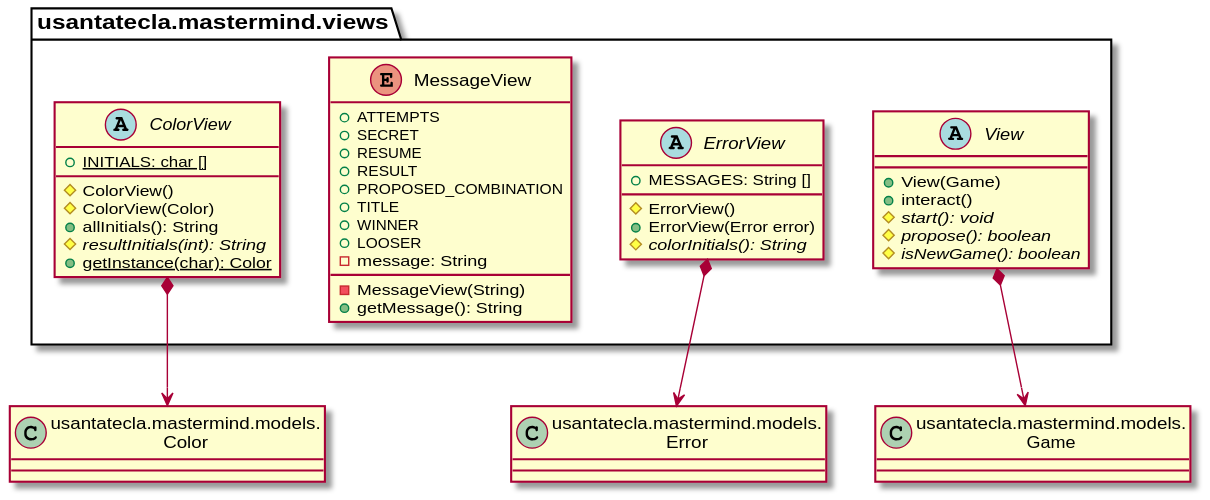
The PlantUML diagram documentView/withoutFactoryMethod/docs/diagrams/out/paquetes/usantatecla.mastermind.views.svg in SantaTecla-mastermind/solution.java.swing.socket.sql, before a commit.
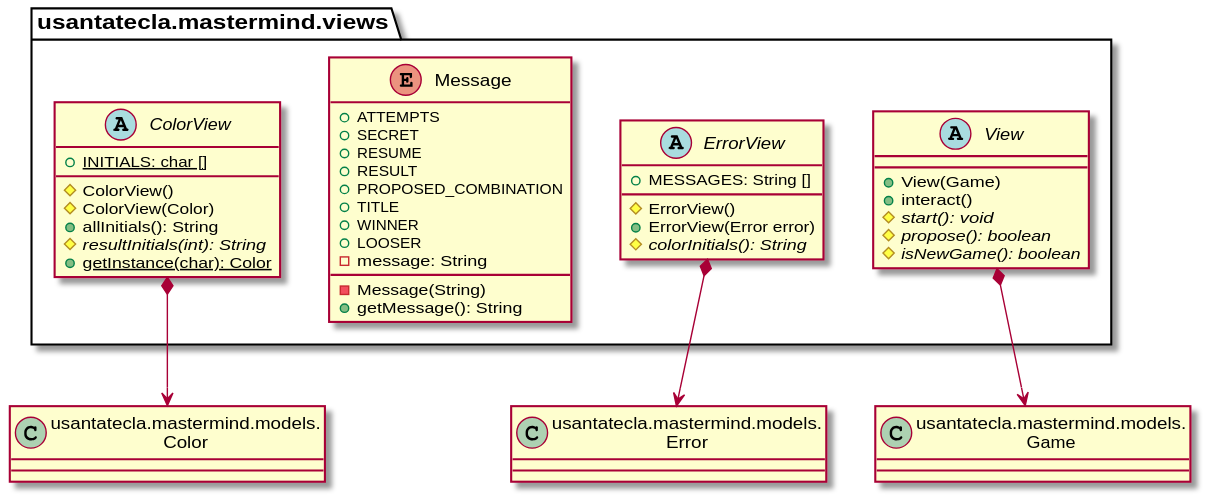
Later version of the same file.

What changed in the source:
```diff
@@ -31,7 +31,7 @@
     + WINNER
     + LOOSER
     - message: String
-    - MessageView(String)
+    - Message(String)
     + getMessage(): String
 }
 
```
